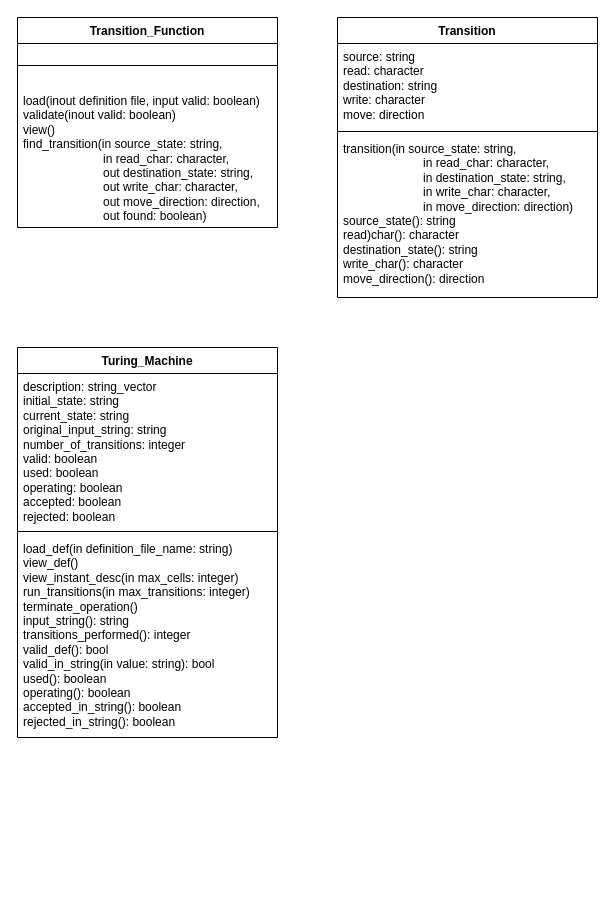
Earlier version of the draw.io diagram TransitionFunction.drawio (IgorBCode/cv). Source tidied: cells renumbered, new cells numbered last; positions are measured from the earlier drawing's top-left corner, leaving out a move shared by most shapes. Both pictures are drawn from the tidied source at 100%, with x=0, y=0 at pixel (17, 17).
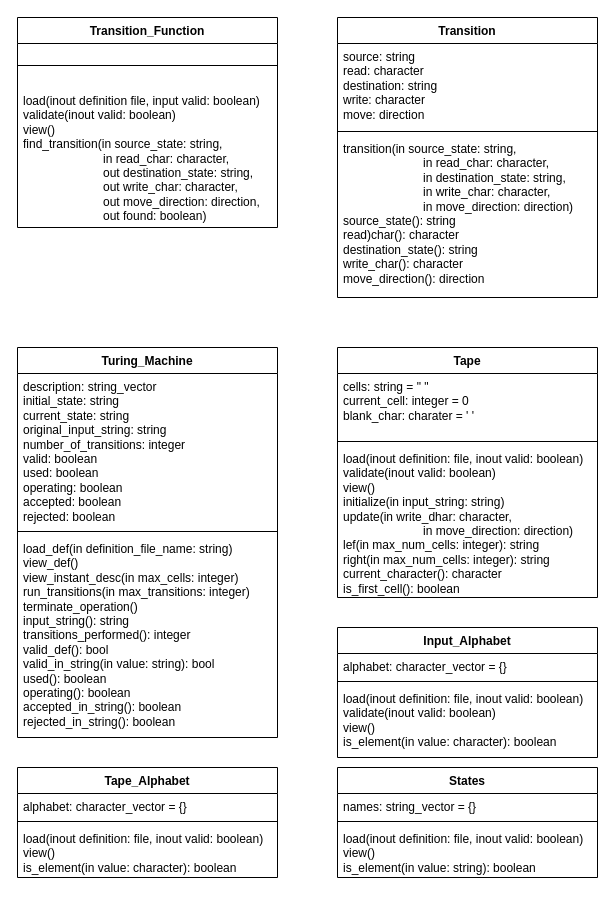
The same diagram, later.

What changed in the source:
```diff
@@
+    <mxCell id="13" value="Tape" style="swimlane;fontStyle=1;align=center;verticalAlign=top;horizontal=1;startSize=26;whiteSpace=wrap;html=1;" parent="1" vertex="1">
+      <mxGeometry x="320" y="330" width="260" height="250" as="geometry" />
+    </mxCell>
+    <mxCell id="14" value="&lt;div&gt;cells: string = &quot; &quot;&lt;/div&gt;&lt;div&gt;current_cell: integer = 0&lt;/div&gt;&lt;div&gt;blank_char: charater = ' '&lt;br&gt;&lt;/div&gt;" style="text;strokeColor=none;fillColor=none;align=left;verticalAlign=top;spacingLeft=4;spacingRight=4;overflow=hidden;whiteSpace=wrap;html=1;" parent="13" vertex="1">
+      <mxGeometry y="26" width="260" height="64" as="geometry" />
+    </mxCell>
+    <mxCell id="15" style="line;strokeWidth=1;fillColor=none;align=left;verticalAlign=middle;spacingTop=-1;spacingLeft=3;spacingRight=3;labelPosition=right;strokeColor=inherit;" parent="13" vertex="1">
+      <mxGeometry y="90" width="260" height="8" as="geometry" />
+    </mxCell>
+    <mxCell id="16" value="&lt;div&gt;load(inout definition: file, inout valid: boolean)&lt;/div&gt;&lt;div&gt;validate(inout valid: boolean)&lt;/div&gt;&lt;div&gt;view()&lt;/div&gt;&lt;div&gt;initialize(in input_string: string)&lt;/div&gt;&lt;div&gt;update(in write_dhar: character,&lt;/div&gt;&lt;div&gt;&lt;span style=&quot;white-space: pre;&quot;&gt;&#9;&lt;/span&gt;&lt;span style=&quot;white-space: pre;&quot;&gt;&#9;&lt;/span&gt;&lt;span style=&quot;white-space: pre;&quot;&gt;&#9;&lt;/span&gt;in move_direction: direction)&lt;/div&gt;&lt;div&gt;lef(in max_num_cells: integer): string&lt;/div&gt;&lt;div&gt;right(in max_num_cells: integer): string&lt;/div&gt;&lt;div&gt;current_character(): character&lt;/div&gt;&lt;div&gt;is_first_cell(): boolean&lt;br&gt;&lt;/div&gt;" style="text;strokeColor=none;fillColor=none;align=left;verticalAlign=top;spacingLeft=4;spacingRight=4;overflow=hidden;whiteSpace=wrap;html=1;" parent="13" vertex="1">
+      <mxGeometry y="98" width="260" height="152" as="geometry" />
+    </mxCell>
+    <mxCell id="17" value="Input_Alphabet" style="swimlane;fontStyle=1;align=center;verticalAlign=top;horizontal=1;startSize=26;whiteSpace=wrap;html=1;" parent="1" vertex="1">
+      <mxGeometry x="320" y="610" width="260" height="130" as="geometry" />
+    </mxCell>
+    <mxCell id="18" value="alphabet: character_vector = {}" style="text;strokeColor=none;fillColor=none;align=left;verticalAlign=top;spacingLeft=4;spacingRight=4;overflow=hidden;whiteSpace=wrap;html=1;" parent="17" vertex="1">
+      <mxGeometry y="26" width="260" height="24" as="geometry" />
+    </mxCell>
+    <mxCell id="19" style="line;strokeWidth=1;fillColor=none;align=left;verticalAlign=middle;spacingTop=-1;spacingLeft=3;spacingRight=3;labelPosition=right;strokeColor=inherit;" parent="17" vertex="1">
+      <mxGeometry y="50" width="260" height="8" as="geometry" />
+    </mxCell>
+    <mxCell id="20" value="&lt;div&gt;load(inout definition: file, inout valid: boolean)&lt;/div&gt;&lt;div&gt;validate(inout valid: boolean)&lt;/div&gt;&lt;div&gt;view()&lt;/div&gt;&lt;div&gt;is_element(in value: character): boolean&lt;br&gt;&lt;/div&gt;" style="text;strokeColor=none;fillColor=none;align=left;verticalAlign=top;spacingLeft=4;spacingRight=4;overflow=hidden;whiteSpace=wrap;html=1;" parent="17" vertex="1">
+      <mxGeometry y="58" width="260" height="72" as="geometry" />
+    </mxCell>
+    <mxCell id="21" value="Tape_Alphabet" style="swimlane;fontStyle=1;align=center;verticalAlign=top;horizontal=1;startSize=26;whiteSpace=wrap;html=1;" parent="1" vertex="1">
+      <mxGeometry y="750" width="260" height="110" as="geometry" />
+    </mxCell>
+    <mxCell id="22" value="alphabet: character_vector = {}" style="text;strokeColor=none;fillColor=none;align=left;verticalAlign=top;spacingLeft=4;spacingRight=4;overflow=hidden;whiteSpace=wrap;html=1;" parent="21" vertex="1">
+      <mxGeometry y="26" width="260" height="24" as="geometry" />
+    </mxCell>
+    <mxCell id="23" style="line;strokeWidth=1;fillColor=none;align=left;verticalAlign=middle;spacingTop=-1;spacingLeft=3;spacingRight=3;labelPosition=right;strokeColor=inherit;" parent="21" vertex="1">
+      <mxGeometry y="50" width="260" height="8" as="geometry" />
+    </mxCell>
+    <mxCell id="24" value="&lt;div&gt;load(inout definition: file, inout valid: boolean)&lt;/div&gt;&lt;div&gt;view()&lt;/div&gt;&lt;div&gt;is_element(in value: character): boolean&lt;br&gt;&lt;/div&gt;" style="text;strokeColor=none;fillColor=none;align=left;verticalAlign=top;spacingLeft=4;spacingRight=4;overflow=hidden;whiteSpace=wrap;html=1;" parent="21" vertex="1">
+      <mxGeometry y="58" width="260" height="52" as="geometry" />
+    </mxCell>
+    <mxCell id="25" value="States" style="swimlane;fontStyle=1;align=center;verticalAlign=top;horizontal=1;startSize=26;whiteSpace=wrap;html=1;" parent="1" vertex="1">
+      <mxGeometry x="320" y="750" width="260" height="110" as="geometry" />
+    </mxCell>
+    <mxCell id="26" value="names: string_vector = {}" style="text;strokeColor=none;fillColor=none;align=left;verticalAlign=top;spacingLeft=4;spacingRight=4;overflow=hidden;whiteSpace=wrap;html=1;" parent="25" vertex="1">
+      <mxGeometry y="26" width="260" height="24" as="geometry" />
+    </mxCell>
+    <mxCell id="27" style="line;strokeWidth=1;fillColor=none;align=left;verticalAlign=middle;spacingTop=-1;spacingLeft=3;spacingRight=3;labelPosition=right;strokeColor=inherit;" parent="25" vertex="1">
+      <mxGeometry y="50" width="260" height="8" as="geometry" />
+    </mxCell>
+    <mxCell id="28" value="&lt;div&gt;load(inout definition: file, inout valid: boolean)&lt;/div&gt;&lt;div&gt;view()&lt;/div&gt;&lt;div&gt;is_element(in value: string): boolean&lt;br&gt;&lt;/div&gt;" style="text;strokeColor=none;fillColor=none;align=left;verticalAlign=top;spacingLeft=4;spacingRight=4;overflow=hidden;whiteSpace=wrap;html=1;" parent="25" vertex="1">
+      <mxGeometry y="58" width="260" height="52" as="geometry" />
+    </mxCell>
```
